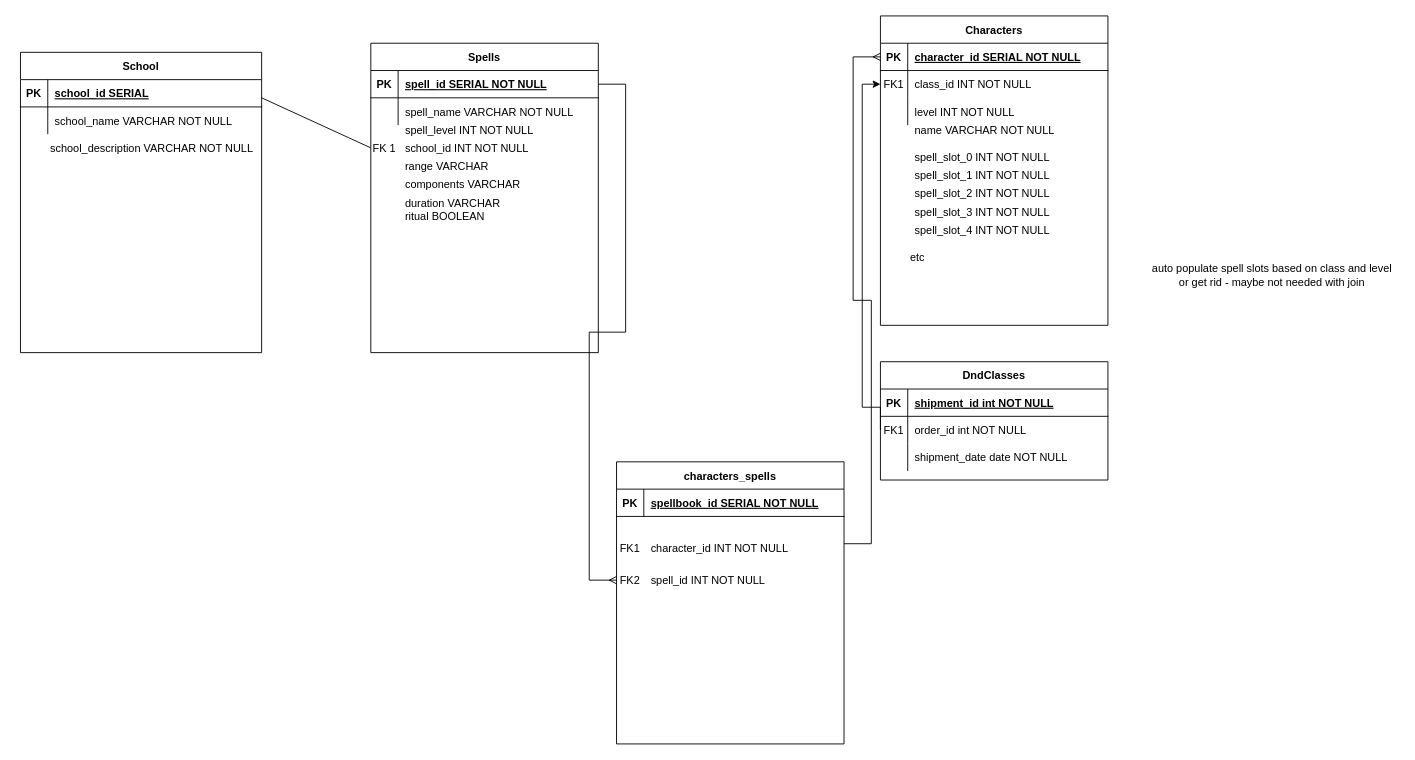
The draw.io diagram ProjectERDiagram.drawio in anandlakhani9/BNTA_backend_project, before the edit. Source tidied: cells renumbered, new cells numbered last; positions are measured from the earlier drawing's top-left corner, leaving out a move shared by most shapes. Both pictures are drawn from the tidied source at 91%, with x=0, y=0 at pixel (15, 15).
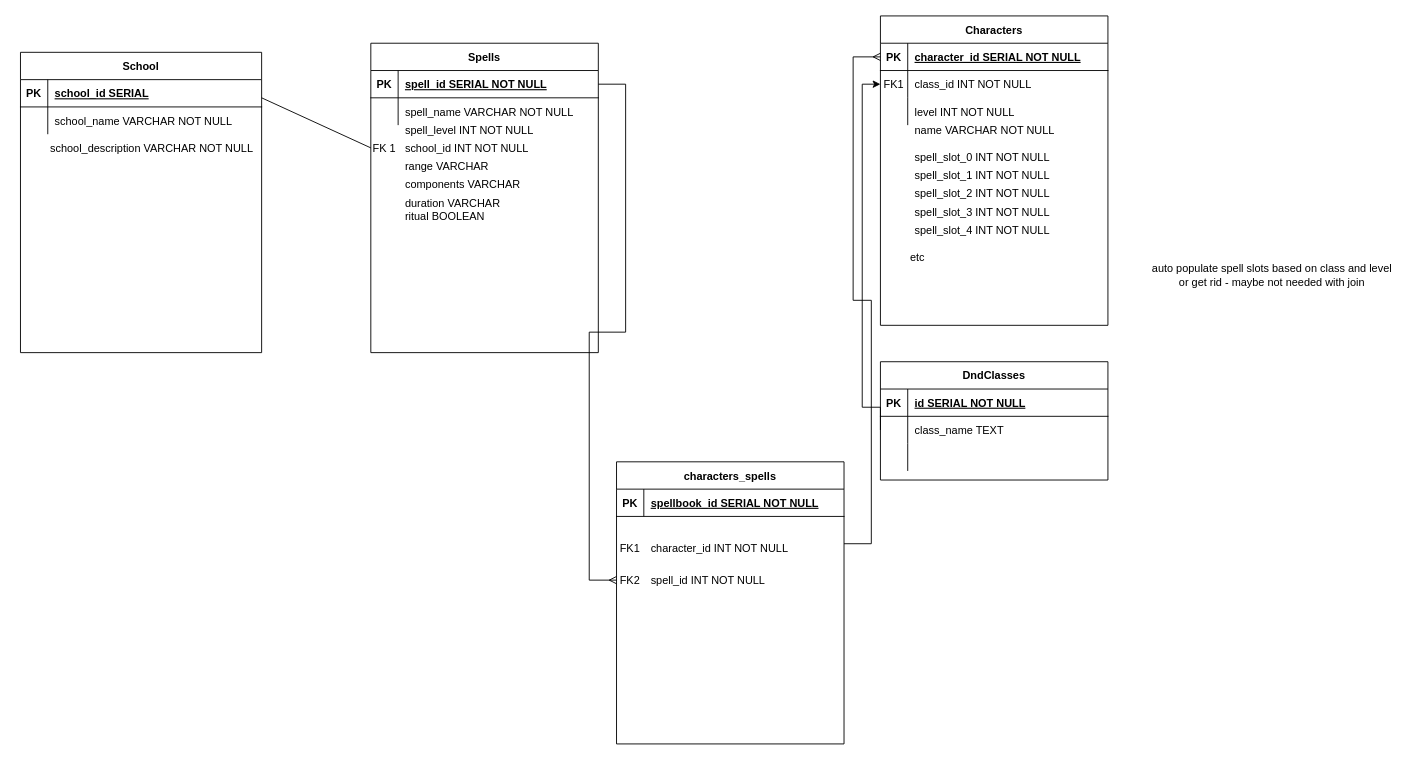
The same diagram, later.

The change refers to these unchanged cells:
```xml
<mxCell id="13" style="shape=partialRectangle;fillColor=none;top=0;left=0;right=0;bottom=1;" parent="12" vertex="1">
  <mxGeometry y="30" width="250" height="30" as="geometry" />
</mxCell>
<mxCell id="16" style="shape=partialRectangle;fillColor=none;points=[[0,0.5],[1,0.5]];portConstraint=eastwest;top=0;left=0;right=0;bottom=0;" parent="12" vertex="1">
  <mxGeometry y="60" width="250" height="30" as="geometry" />
</mxCell>
<mxCell id="19" style="shape=partialRectangle;fillColor=none;top=0;left=0;right=0;bottom=0;" parent="12" vertex="1">
  <mxGeometry y="90" width="250" height="30" as="geometry" />
</mxCell>
```

What changed in the source:
```diff
@@
-    <mxCell id="15" value="shipment_id int NOT NULL " style="shape=partialRectangle;overflow=hidden;fillColor=none;top=0;left=0;bottom=0;right=0;align=left;spacingLeft=6;fontStyle=5;" parent="13" vertex="1">
+    <mxCell id="15" value="id SERIAL NOT NULL " style="shape=partialRectangle;overflow=hidden;fillColor=none;top=0;left=0;bottom=0;right=0;align=left;spacingLeft=6;fontStyle=5;" parent="13" vertex="1">
       <mxGeometry x="30" width="220" height="30" as="geometry" />
     </mxCell>
@@
-    <mxCell id="17" value="FK1" style="shape=partialRectangle;overflow=hidden;fillColor=none;top=0;left=0;bottom=0;right=0;" parent="16" vertex="1">
+    <mxCell id="17" style="shape=partialRectangle;overflow=hidden;fillColor=none;top=0;left=0;bottom=0;right=0;" parent="16" vertex="1">
       <mxGeometry width="30" height="30" as="geometry" />
     </mxCell>
-    <mxCell id="18" value="order_id int NOT NULL" style="shape=partialRectangle;overflow=hidden;fillColor=none;top=0;left=0;bottom=0;right=0;align=left;spacingLeft=6;" parent="16" vertex="1">
+    <mxCell id="18" value="class_name TEXT" style="shape=partialRectangle;overflow=hidden;fillColor=none;top=0;left=0;bottom=0;right=0;align=left;spacingLeft=6;" parent="16" vertex="1">
       <mxGeometry x="30" width="220" height="30" as="geometry" />
     </mxCell>
@@
-    <mxCell id="21" value="shipment_date date NOT NULL" style="shape=partialRectangle;overflow=hidden;fillColor=none;top=0;left=0;bottom=0;right=0;align=left;spacingLeft=6;" parent="19" vertex="1">
+    <mxCell id="21" style="shape=partialRectangle;overflow=hidden;fillColor=none;top=0;left=0;bottom=0;right=0;align=left;spacingLeft=6;" parent="19" vertex="1">
       <mxGeometry x="30" width="220" height="30" as="geometry" />
     </mxCell>
```
